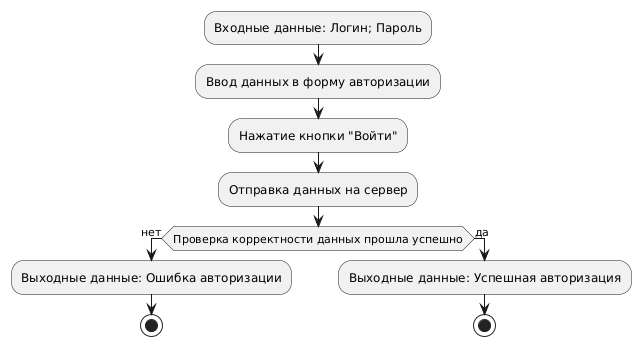
Mooncat3/ADHD-Support-App keeps this PlantUML diagram as Diagrams/Algorithms/Алгоритм_авторизации.png. Above is the earlier version.
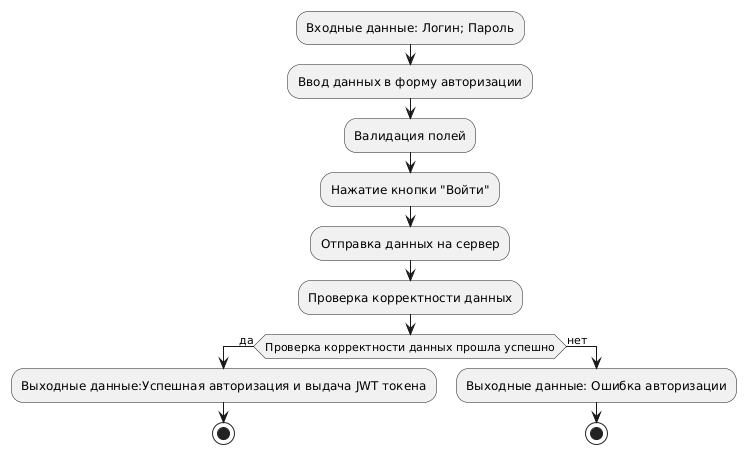
After the change.

Commit message:
Загрузил новую схему высокоуровневой архитектуры

The edit, as a diff of the source:
```diff
@@ -1,12 +1,14 @@
 @startuml
 :Входные данные: Логин; Пароль;
 :Ввод данных в форму авторизации;
+:Валидация полей;
 :Нажатие кнопки "Войти";
 :Отправка данных на сервер;
-if (Проверка корректности данных прошла успешно) then (нет)
+:Проверка корректности данных;
+if (Проверка корректности данных прошла успешно) then (да)
+:Выходные данные:Успешная авторизация и выдача JWT токена;
+stop
+else (нет)
 :Выходные данные: Ошибка авторизации;
 stop
-else (да)
-:Выходные данные: Успешная авторизация;
-stop
 @enduml
```
